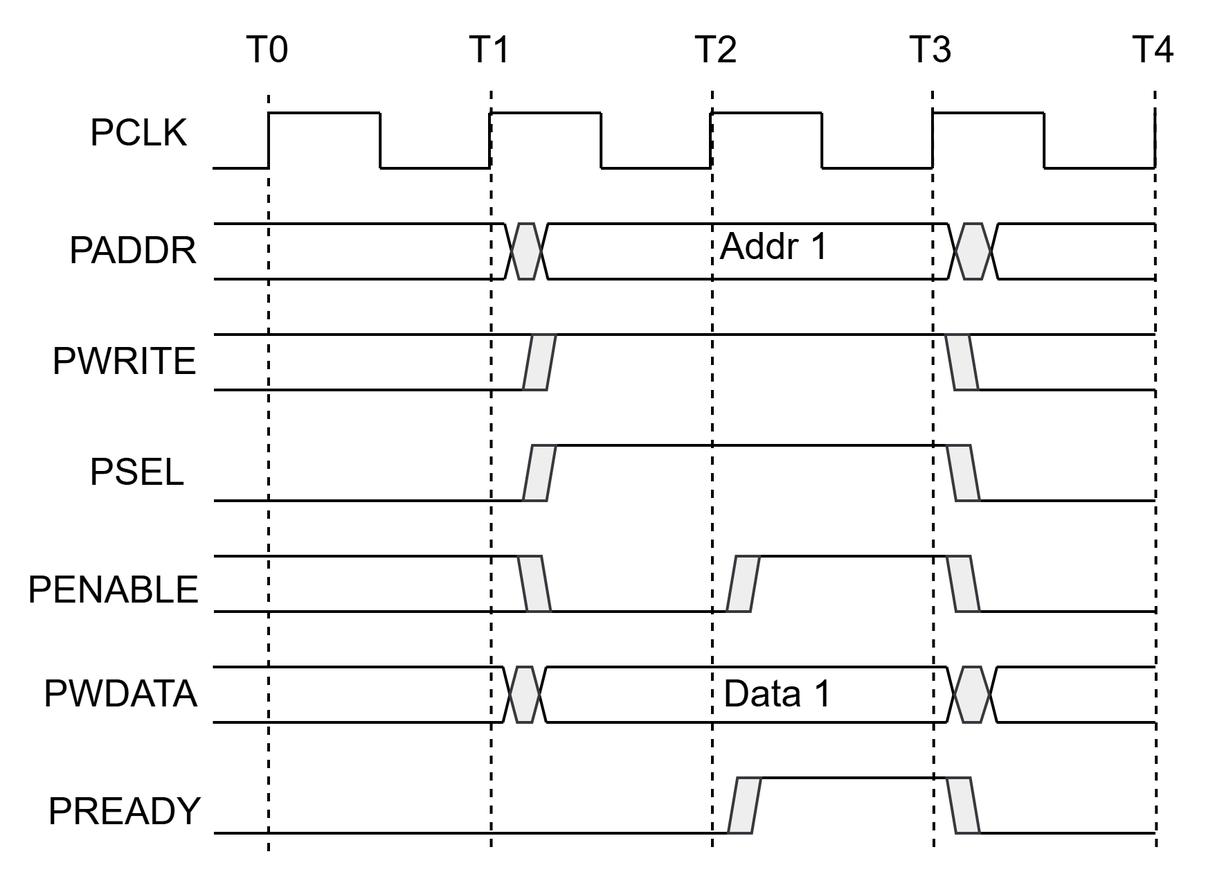
The draw.io diagram images/apb_write.png in taeseong-dev/apb-bus-peripherals, before a commit. Source tidied: cells renumbered, new cells last; positions are measured from the earlier drawing's top-left corner, leaving out a move shared by most shapes.
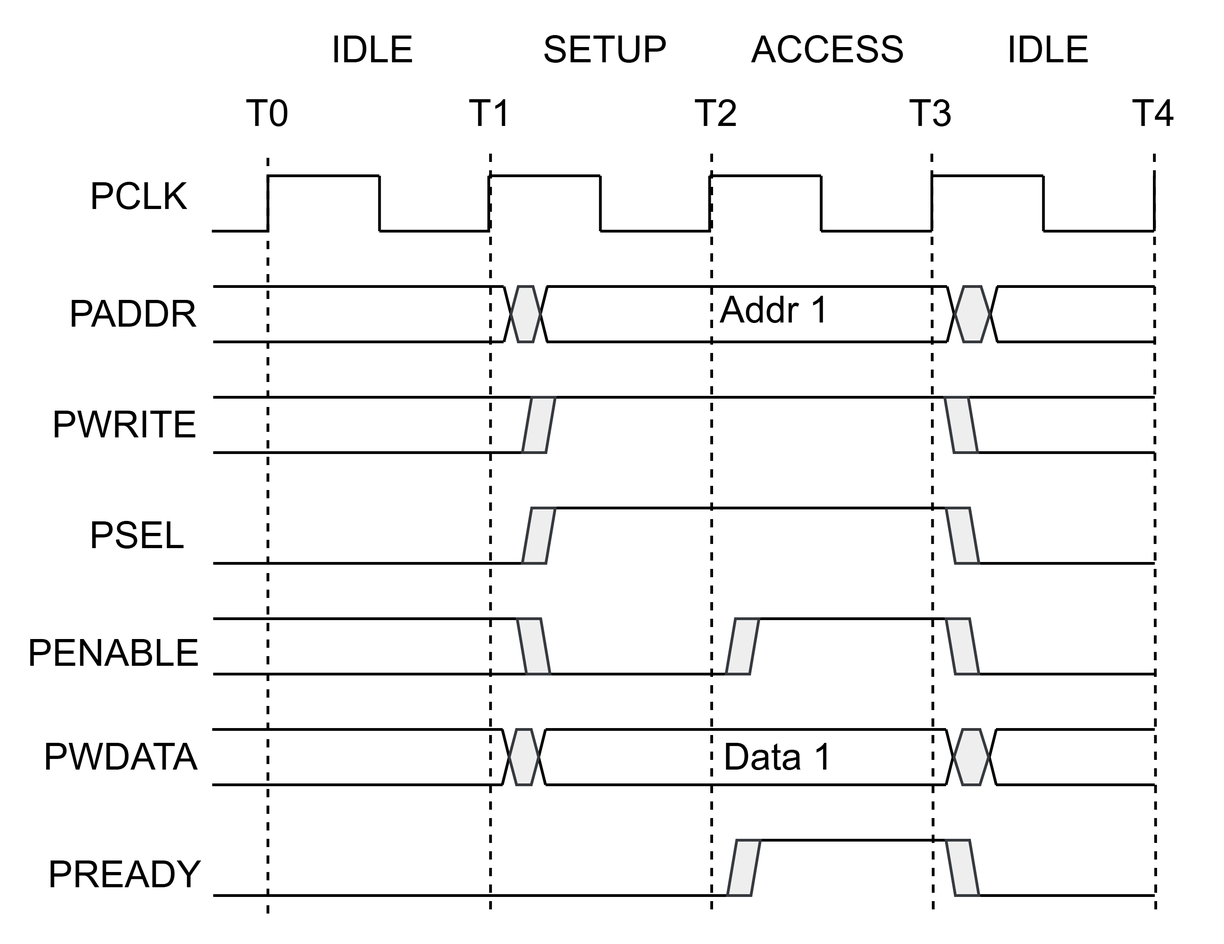
Above is the later version.

Change to the diagram source:
```diff
@@ -479,5 +479,17 @@
     <mxCell id="94" value="Addr 1" style="text;html=1;whiteSpace=wrap;strokeColor=none;fillColor=none;align=center;verticalAlign=middle;rounded=0;fontSize=27;strokeWidth=2;" parent="1" vertex="1">
       <mxGeometry x="460.3" y="142" width="94.7" height="30" as="geometry" />
     </mxCell>
+    <mxCell id="95" value="IDLE" style="text;html=1;whiteSpace=wrap;strokeColor=none;fillColor=none;align=center;verticalAlign=middle;rounded=0;fontSize=27;strokeWidth=2;" parent="1" vertex="1">
+      <mxGeometry x="187.1" y="-46" width="60" height="30" as="geometry" />
+    </mxCell>
+    <mxCell id="96" value="SETUP" style="text;html=1;whiteSpace=wrap;strokeColor=none;fillColor=none;align=center;verticalAlign=middle;rounded=0;fontSize=27;strokeWidth=2;" parent="1" vertex="1">
+      <mxGeometry x="355" y="-46" width="60" height="30" as="geometry" />
+    </mxCell>
+    <mxCell id="97" value="ACCESS" style="text;html=1;whiteSpace=wrap;strokeColor=none;fillColor=none;align=center;verticalAlign=middle;rounded=0;fontSize=27;strokeWidth=2;" parent="1" vertex="1">
+      <mxGeometry x="515.9" y="-46" width="60" height="30" as="geometry" />
+    </mxCell>
+    <mxCell id="98" value="IDLE" style="text;html=1;whiteSpace=wrap;strokeColor=none;fillColor=none;align=center;verticalAlign=middle;rounded=0;fontSize=27;strokeWidth=2;" parent="1" vertex="1">
+      <mxGeometry x="675" y="-46" width="60" height="30" as="geometry" />
+    </mxCell>
   </root>
 </mxGraphModel>
```
